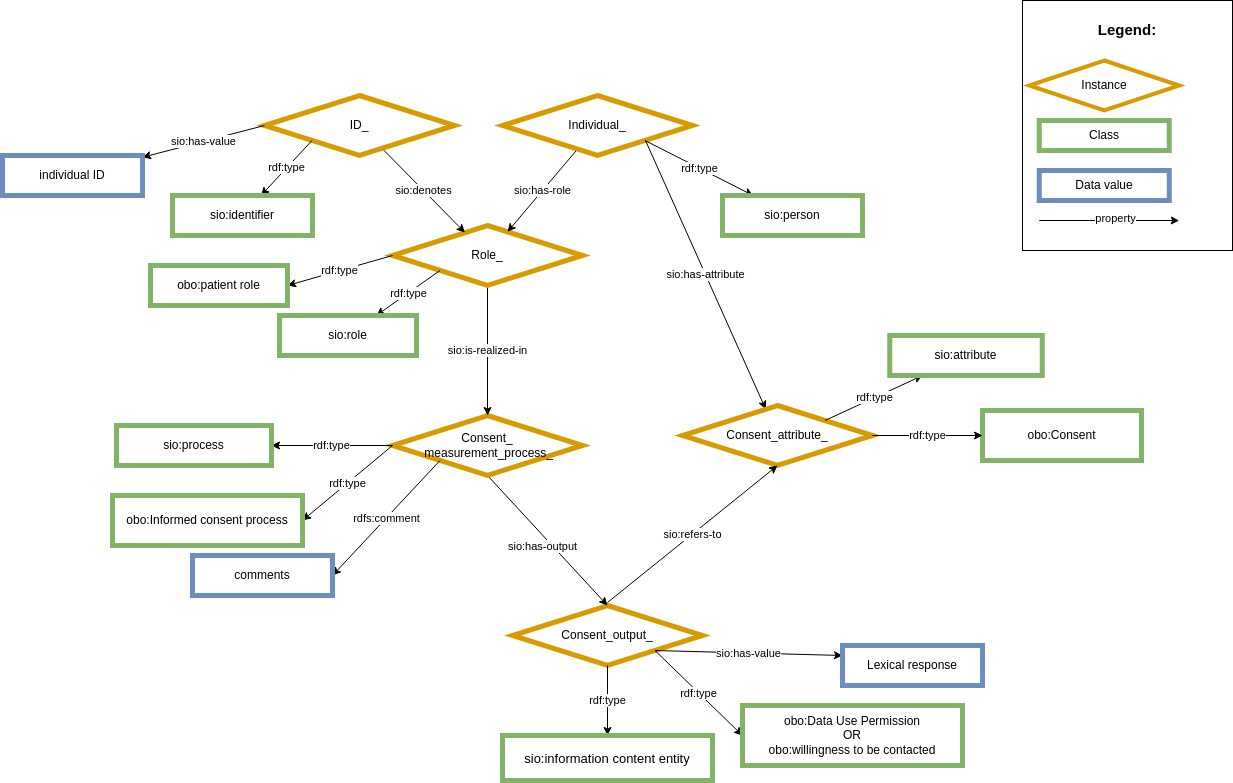
Earlier version of the draw.io export images/CARE-SM-Consent.png (CARE-SM/CARE-Semantic-Model). Source tidied: cells renumbered, new cells last; positions are measured from the earlier drawing's top-left corner, leaving out a move shared by most shapes.
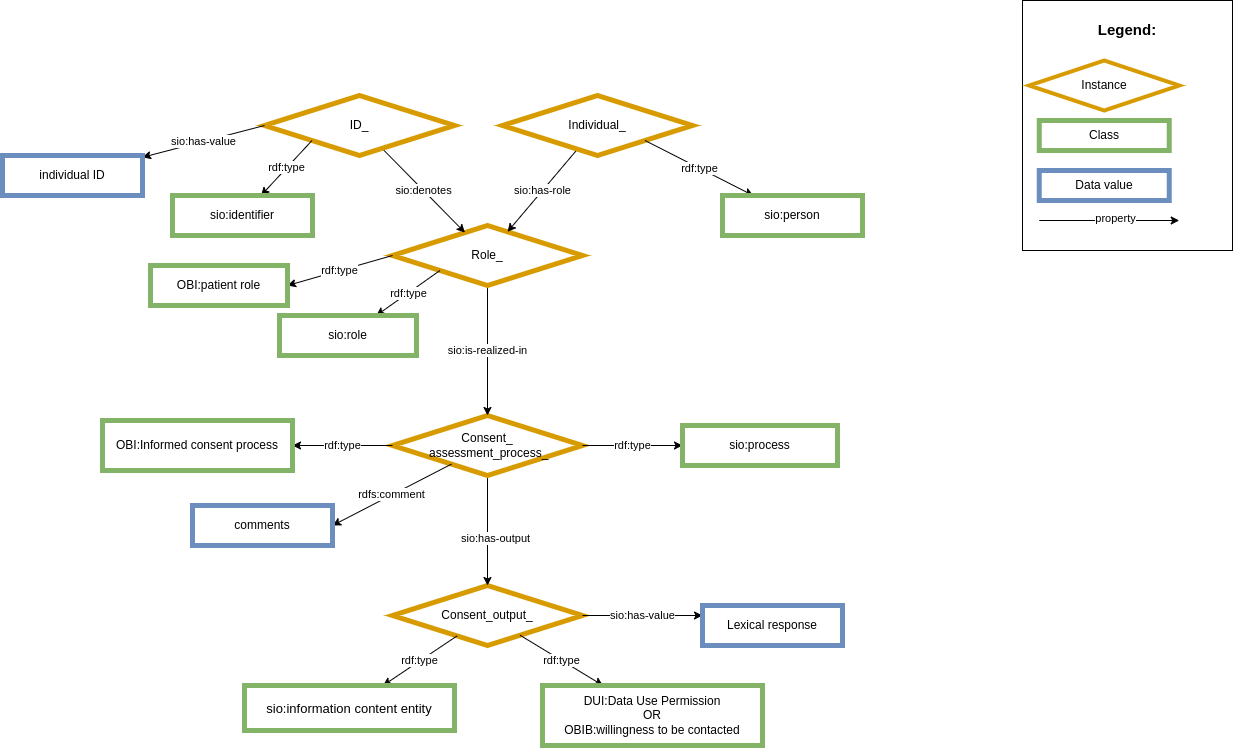
Above is the later version.

Change to the diagram source:
```diff
@@ -3,7 +3,7 @@
     <mxCell id="0" />
     <mxCell id="1" parent="0" />
     <mxCell id="2" value="Consent_output_" style="rhombus;whiteSpace=wrap;html=1;fillColor=#FFFFFF;strokeColor=#d79b00;strokeWidth=5;" parent="1" vertex="1">
-      <mxGeometry x="510" y="605" width="190" height="60" as="geometry" />
+      <mxGeometry x="390" y="585" width="190" height="60" as="geometry" />
     </mxCell>
     <mxCell id="3" style="edgeStyle=none;rounded=0;jettySize=auto;html=1;exitX=0.5;exitY=1;exitDx=0;exitDy=0;entryX=0.5;entryY=0;entryDx=0;entryDy=0;" parent="1" edge="1" source="5" target="2">
       <mxGeometry relative="1" as="geometry" />
@@ -13,23 +13,23 @@
         <mxPoint x="8" y="18" as="offset" />
       </mxGeometry>
     </mxCell>
-    <mxCell id="5" value="Consent_&lt;br&gt;&amp;nbsp;measurement_process_" style="rhombus;whiteSpace=wrap;html=1;fillColor=#FFFFFF;strokeColor=#d79b00;strokeWidth=5;" parent="1" vertex="1">
+    <mxCell id="5" value="Consent_&lt;br&gt;&amp;nbsp;assessment_process_" style="rhombus;whiteSpace=wrap;html=1;fillColor=#FFFFFF;strokeColor=#d79b00;strokeWidth=5;" parent="1" vertex="1">
       <mxGeometry x="390" y="415" width="190" height="60" as="geometry" />
     </mxCell>
     <mxCell id="6" value="&lt;span style=&quot;color: rgb(0, 0, 0); font-family: Helvetica; font-size: 11px; font-style: normal; font-variant-ligatures: normal; font-variant-caps: normal; font-weight: 400; letter-spacing: normal; orphans: 2; text-align: center; text-indent: 0px; text-transform: none; widows: 2; word-spacing: 0px; -webkit-text-stroke-width: 0px; background-color: rgb(255, 255, 255); text-decoration-thickness: initial; text-decoration-style: initial; text-decoration-color: initial; float: none; display: inline !important;&quot;&gt;sio:is-realized-in&lt;/span&gt;" style="rounded=0;jettySize=auto;html=1;exitX=0.5;exitY=1;exitDx=0;exitDy=0;entryX=0.5;entryY=0;entryDx=0;entryDy=0;" parent="1" edge="1" source="11" target="5">
       <mxGeometry relative="1" as="geometry" />
     </mxCell>
-    <mxCell id="7" value="rdf:type" style="edgeStyle=none;rounded=0;jettySize=auto;html=1;exitX=0;exitY=0.5;exitDx=0;exitDy=0;" parent="1" edge="1" source="5" target="8">
+    <mxCell id="7" value="rdf:type" style="edgeStyle=none;rounded=0;jettySize=auto;html=1;" parent="1" edge="1" source="5" target="8">
       <mxGeometry relative="1" as="geometry" />
     </mxCell>
     <mxCell id="8" value="sio:process" style="whiteSpace=wrap;html=1;fillColor=#FFFFFF;strokeColor=#82b366;strokeWidth=5;" parent="1" vertex="1">
-      <mxGeometry x="114" y="425" width="155" height="40" as="geometry" />
+      <mxGeometry x="680" y="425" width="155" height="40" as="geometry" />
     </mxCell>
-    <mxCell id="9" value="rdf:type" style="edgeStyle=none;rounded=0;jettySize=auto;html=1;exitX=0.5;exitY=1;exitDx=0;exitDy=0;" parent="1" edge="1" source="2" target="10">
+    <mxCell id="9" value="rdf:type" style="edgeStyle=none;rounded=0;jettySize=auto;html=1;" parent="1" edge="1" source="2" target="10">
       <mxGeometry relative="1" as="geometry" />
     </mxCell>
     <mxCell id="10" value="&lt;font size=&quot;2&quot;&gt;sio:information content entity&lt;/font&gt;" style="whiteSpace=wrap;html=1;fillColor=#FFFFFF;strokeColor=#82b366;strokeWidth=5;" parent="1" vertex="1">
-      <mxGeometry x="500" y="735" width="210" height="45" as="geometry" />
+      <mxGeometry x="242" y="685" width="210" height="45" as="geometry" />
     </mxCell>
     <mxCell id="11" value="Role_" style="rhombus;whiteSpace=wrap;html=1;fillColor=#FFFFFF;strokeColor=#d79b00;strokeWidth=5;" parent="1" vertex="1">
       <mxGeometry x="390" y="225" width="190" height="60" as="geometry" />
@@ -73,61 +73,33 @@
     <mxCell id="24" value="rdf:type" style="edgeStyle=none;rounded=0;jettySize=auto;html=1;exitX=0;exitY=0.5;exitDx=0;exitDy=0;entryX=1;entryY=0.5;entryDx=0;entryDy=0;" parent="1" edge="1" source="11" target="25">
       <mxGeometry relative="1" as="geometry" />
     </mxCell>
-    <mxCell id="25" value="obo:patient role" style="whiteSpace=wrap;html=1;fillColor=#FFFFFF;strokeColor=#82b366;strokeWidth=5;" parent="1" vertex="1">
+    <mxCell id="25" value="OBI:patient role" style="whiteSpace=wrap;html=1;fillColor=#FFFFFF;strokeColor=#82b366;strokeWidth=5;" parent="1" vertex="1">
       <mxGeometry x="148" y="265" width="137" height="40" as="geometry" />
     </mxCell>
     <mxCell id="26" value="rdf:type" style="edgeStyle=none;rounded=0;jettySize=auto;html=1;exitX=0;exitY=0.5;exitDx=0;exitDy=0;entryX=1;entryY=0.5;entryDx=0;entryDy=0;" parent="1" edge="1" source="5" target="27">
       <mxGeometry relative="1" as="geometry" />
     </mxCell>
-    <mxCell id="27" value="obo:Informed consent process" style="whiteSpace=wrap;html=1;fillColor=#FFFFFF;strokeColor=#82b366;strokeWidth=5;" parent="1" vertex="1">
-      <mxGeometry x="110" y="495" width="190" height="50" as="geometry" />
+    <mxCell id="27" value="OBI:Informed consent process" style="whiteSpace=wrap;html=1;fillColor=#FFFFFF;strokeColor=#82b366;strokeWidth=5;" parent="1" vertex="1">
+      <mxGeometry x="100" y="420" width="190" height="50" as="geometry" />
     </mxCell>
-    <mxCell id="28" value="sio:has-value" style="rounded=0;jettySize=auto;html=1;exitX=1;exitY=1;exitDx=0;exitDy=0;entryX=0;entryY=0.25;entryDx=0;entryDy=0;" parent="1" edge="1" source="2" target="29">
+    <mxCell id="28" value="sio:has-value" style="rounded=0;jettySize=auto;html=1;exitX=1;exitY=0.5;exitDx=0;exitDy=0;entryX=0;entryY=0.25;entryDx=0;entryDy=0;" parent="1" edge="1" source="2" target="29">
       <mxGeometry relative="1" as="geometry" />
     </mxCell>
     <mxCell id="29" value="Lexical response" style="whiteSpace=wrap;html=1;fillColor=#FFFFFF;strokeColor=#6c8ebf;strokeWidth=5;" parent="1" vertex="1">
-      <mxGeometry x="840" y="645" width="140" height="40" as="geometry" />
+      <mxGeometry x="700" y="605" width="140" height="40" as="geometry" />
     </mxCell>
-    <mxCell id="30" value="rdf:type" style="edgeStyle=none;rounded=0;jettySize=auto;html=1;exitX=1;exitY=1;exitDx=0;exitDy=0;entryX=0;entryY=0.5;entryDx=0;entryDy=0;" parent="1" edge="1" source="2" target="31">
+    <mxCell id="30" value="rdf:type" style="edgeStyle=none;rounded=0;jettySize=auto;html=1;" parent="1" edge="1" source="2" target="31">
       <mxGeometry relative="1" as="geometry" />
     </mxCell>
-    <mxCell id="31" value="obo:Data Use Permission&lt;br&gt;OR&lt;br&gt;obo:willingness to be contacted" style="whiteSpace=wrap;html=1;fillColor=#FFFFFF;strokeColor=#82b366;strokeWidth=5;" parent="1" vertex="1">
-      <mxGeometry x="740" y="705" width="220" height="60" as="geometry" />
+    <mxCell id="31" value="DUI:Data Use Permission&lt;br&gt;OR&lt;br&gt;OBIB:willingness to be contacted" style="whiteSpace=wrap;html=1;fillColor=#FFFFFF;strokeColor=#82b366;strokeWidth=5;" parent="1" vertex="1">
+      <mxGeometry x="540" y="685" width="220" height="60" as="geometry" />
     </mxCell>
-    <mxCell id="32" value="rdfs:comment" style="rounded=0;jettySize=auto;html=1;exitX=0;exitY=1;exitDx=0;exitDy=0;entryX=1;entryY=0.5;entryDx=0;entryDy=0;" parent="1" edge="1" source="5" target="33">
+    <mxCell id="32" value="rdfs:comment" style="rounded=0;jettySize=auto;html=1;entryX=1;entryY=0.5;entryDx=0;entryDy=0;" parent="1" edge="1" source="5" target="33">
       <mxGeometry relative="1" as="geometry" />
     </mxCell>
     <mxCell id="33" value="comments" style="whiteSpace=wrap;html=1;fillColor=#FFFFFF;strokeColor=#6c8ebf;strokeWidth=5;" parent="1" vertex="1">
-      <mxGeometry x="190" y="555" width="140" height="40" as="geometry" />
+      <mxGeometry x="190" y="505" width="140" height="40" as="geometry" />
     </mxCell>
-    <mxCell id="34" value="sio:has-attribute" style="rounded=0;jettySize=auto;html=1;exitX=1;exitY=1;exitDx=0;exitDy=0;" parent="1" edge="1" target="35">
-      <mxGeometry relative="1" as="geometry">
-        <mxPoint x="643" y="140" as="sourcePoint" />
-      </mxGeometry>
-    </mxCell>
-    <mxCell id="35" value="Consent_attribute_" style="rhombus;whiteSpace=wrap;html=1;fillColor=#FFFFFF;strokeColor=#d79b00;strokeWidth=5;" parent="1" vertex="1">
-      <mxGeometry x="680" y="405" width="190" height="60" as="geometry" />
-    </mxCell>
-    <mxCell id="36" value="rdf:type" style="edgeStyle=none;rounded=0;jettySize=auto;html=1;exitX=1;exitY=0;exitDx=0;exitDy=0;" parent="1" edge="1" source="35" target="37">
-      <mxGeometry relative="1" as="geometry" />
-    </mxCell>
-    <mxCell id="37" value="sio:attribute" style="whiteSpace=wrap;html=1;fillColor=#FFFFFF;strokeColor=#82b366;strokeWidth=5;" parent="1" vertex="1">
-      <mxGeometry x="887.2" y="335" width="152.5" height="40" as="geometry" />
-    </mxCell>
-    <mxCell id="38" value="sio:refers-to" style="edgeStyle=none;rounded=0;orthogonalLoop=1;jettySize=auto;html=1;entryX=0.5;entryY=1;entryDx=0;entryDy=0;exitX=0.5;exitY=0;exitDx=0;exitDy=0;" parent="1" edge="1">
-      <mxGeometry relative="1" as="geometry">
-        <mxPoint x="605" y="602" as="sourcePoint" />
-        <mxPoint x="775" y="465" as="targetPoint" />
-      </mxGeometry>
-    </mxCell>
-    <mxCell id="39" value="obo:Consent&lt;span style=&quot;background-color: initial;&quot;&gt;&lt;br&gt;&lt;/span&gt;" style="whiteSpace=wrap;html=1;fillColor=#FFFFFF;strokeColor=#82b366;strokeWidth=5;" parent="1" vertex="1">
-      <mxGeometry x="980" y="410" width="159" height="50" as="geometry" />
-    </mxCell>
-    <mxCell id="40" value="rdf:type" style="edgeStyle=none;rounded=0;jettySize=auto;html=1;exitX=1;exitY=0.5;exitDx=0;exitDy=0;entryX=0;entryY=0.5;entryDx=0;entryDy=0;" parent="1" edge="1" target="39">
-      <mxGeometry relative="1" as="geometry">
-        <mxPoint x="870" y="435" as="sourcePoint" />
-      </mxGeometry>
-    </mxCell>
     <mxCell id="41" value="&lt;div style=&quot;text-align: left; font-size: 15px;&quot;&gt;&lt;span style=&quot;background-color: initial;&quot;&gt;&lt;b style=&quot;&quot;&gt;&lt;font style=&quot;font-size: 15px;&quot;&gt;Legend:&lt;/font&gt;&lt;/b&gt;&lt;/span&gt;&lt;/div&gt;&lt;div style=&quot;text-align: left; font-size: 15px;&quot;&gt;&lt;span style=&quot;background-color: initial;&quot;&gt;&lt;br&gt;&lt;/span&gt;&lt;/div&gt;&lt;div style=&quot;text-align: left;&quot;&gt;&lt;span style=&quot;background-color: initial;&quot;&gt;&lt;br&gt;&lt;/span&gt;&lt;/div&gt;&lt;div style=&quot;text-align: left;&quot;&gt;&lt;span style=&quot;background-color: initial;&quot;&gt;&lt;br&gt;&lt;/span&gt;&lt;/div&gt;&lt;div style=&quot;text-align: left;&quot;&gt;&lt;br&gt;&lt;/div&gt;&lt;div style=&quot;text-align: left;&quot;&gt;&lt;br&gt;&lt;/div&gt;&lt;div style=&quot;text-align: left;&quot;&gt;&lt;br&gt;&lt;/div&gt;&lt;div style=&quot;text-align: left;&quot;&gt;&lt;br&gt;&lt;/div&gt;&lt;div style=&quot;text-align: left;&quot;&gt;&lt;br&gt;&lt;/div&gt;&lt;div style=&quot;text-align: left;&quot;&gt;&lt;span style=&quot;background-color: initial;&quot;&gt;&lt;br&gt;&lt;/span&gt;&lt;/div&gt;&lt;div style=&quot;text-align: left;&quot;&gt;&lt;span style=&quot;background-color: initial;&quot;&gt;&lt;br&gt;&lt;/span&gt;&lt;/div&gt;&lt;div style=&quot;text-align: left;&quot;&gt;&lt;span style=&quot;background-color: initial;&quot;&gt;&lt;br&gt;&lt;/span&gt;&lt;/div&gt;&lt;div style=&quot;text-align: left;&quot;&gt;&lt;span style=&quot;background-color: initial;&quot;&gt;&lt;br&gt;&lt;/span&gt;&lt;/div&gt;&lt;div style=&quot;text-align: left;&quot;&gt;&lt;span style=&quot;background-color: initial;&quot;&gt;&lt;br&gt;&lt;/span&gt;&lt;/div&gt;" style="rounded=0;whiteSpace=wrap;html=1;" parent="1" vertex="1">
       <mxGeometry x="1020" width="210" height="250" as="geometry" />
     </mxCell>
```
